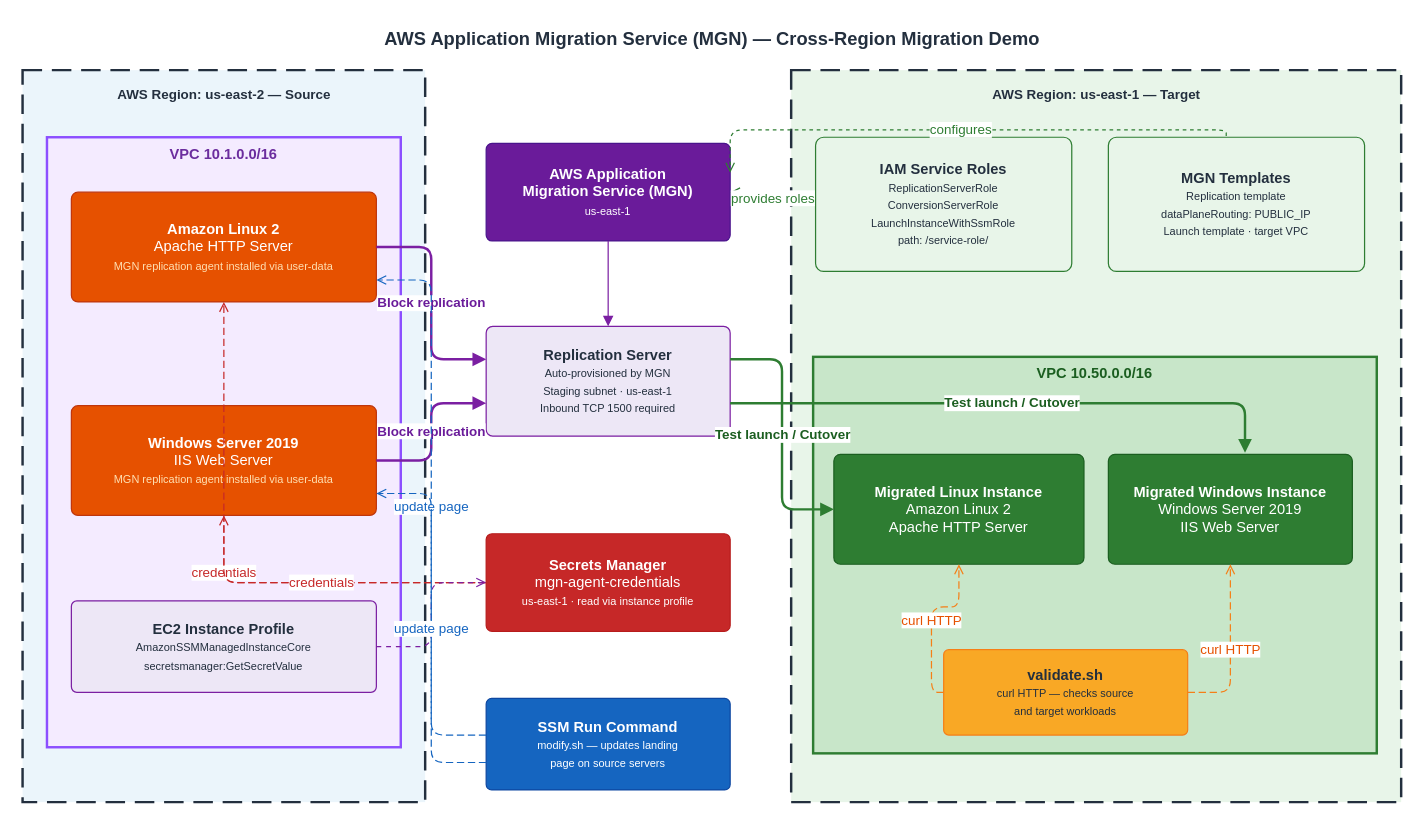
The draw.io diagram aws-mgn-example.drawio in mamonaco1973/aws-mgn-example, before the edit. Source tidied: cells renumbered, new cells numbered last; positions are measured from the earlier drawing's top-left corner, leaving out a move shared by most shapes. Both pictures are drawn from the tidied source at 122%, with x=0, y=0 at pixel (22, 21).
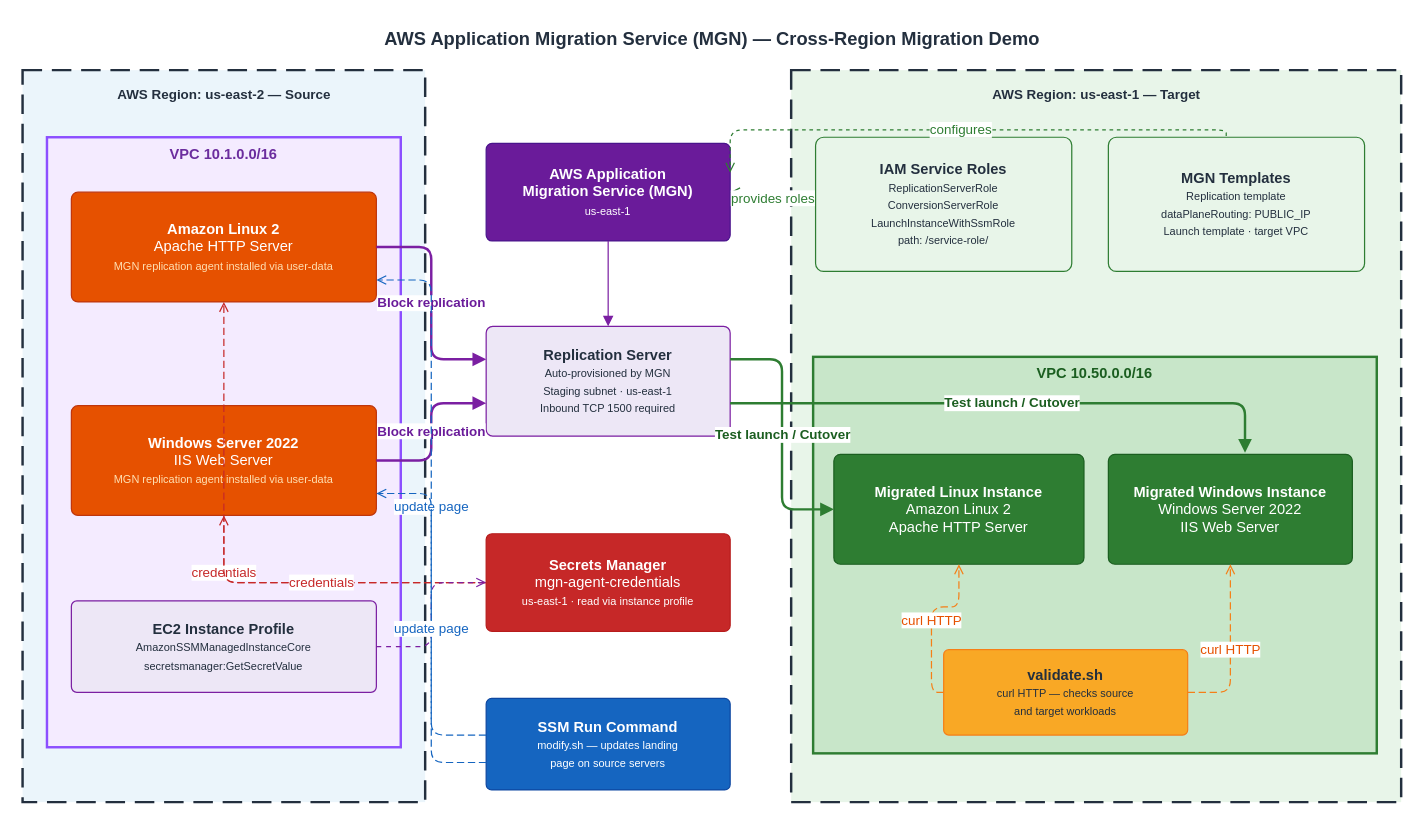
Above is the later version.

Commit message (it also covers changes not shown here):
convert to windows server 2022

What changed in the source:
```diff
@@
-    <mxCell id="7" value="&lt;b&gt;Windows Server 2019&lt;/b&gt;&lt;br&gt;IIS Web Server&lt;br&gt;&lt;font style='font-size:9px;' color='#FFE0B2'&gt;MGN replication agent installed via user-data&lt;/font&gt;" style="rounded=1;whiteSpace=wrap;html=1;fillColor=#E65100;strokeColor=#BF360C;fontColor=#ffffff;fontSize=12;arcSize=6;" parent="1" vertex="1">
+    <mxCell id="7" value="&lt;b&gt;Windows Server 2022&lt;/b&gt;&lt;br&gt;IIS Web Server&lt;br&gt;&lt;font style='font-size:9px;' color='#FFE0B2'&gt;MGN replication agent installed via user-data&lt;/font&gt;" style="rounded=1;whiteSpace=wrap;html=1;fillColor=#E65100;strokeColor=#BF360C;fontColor=#ffffff;fontSize=12;arcSize=6;" parent="1" vertex="1">
       <mxGeometry x="40" y="315" width="250" height="90" as="geometry" />
     </mxCell>
@@
-    <mxCell id="19" value="&lt;b&gt;Migrated Windows Instance&lt;/b&gt;&lt;br&gt;Windows Server 2019&lt;br&gt;IIS Web Server" style="rounded=1;whiteSpace=wrap;html=1;fillColor=#2E7D32;strokeColor=#1B5E20;fontColor=#ffffff;fontSize=12;arcSize=6;" parent="1" vertex="1">
+    <mxCell id="19" value="&lt;b&gt;Migrated Windows Instance&lt;/b&gt;&lt;br&gt;Windows Server 2022&lt;br&gt;IIS Web Server" style="rounded=1;whiteSpace=wrap;html=1;fillColor=#2E7D32;strokeColor=#1B5E20;fontColor=#ffffff;fontSize=12;arcSize=6;" parent="1" vertex="1">
       <mxGeometry x="890" y="355" width="200" height="90" as="geometry" />
     </mxCell>
```
